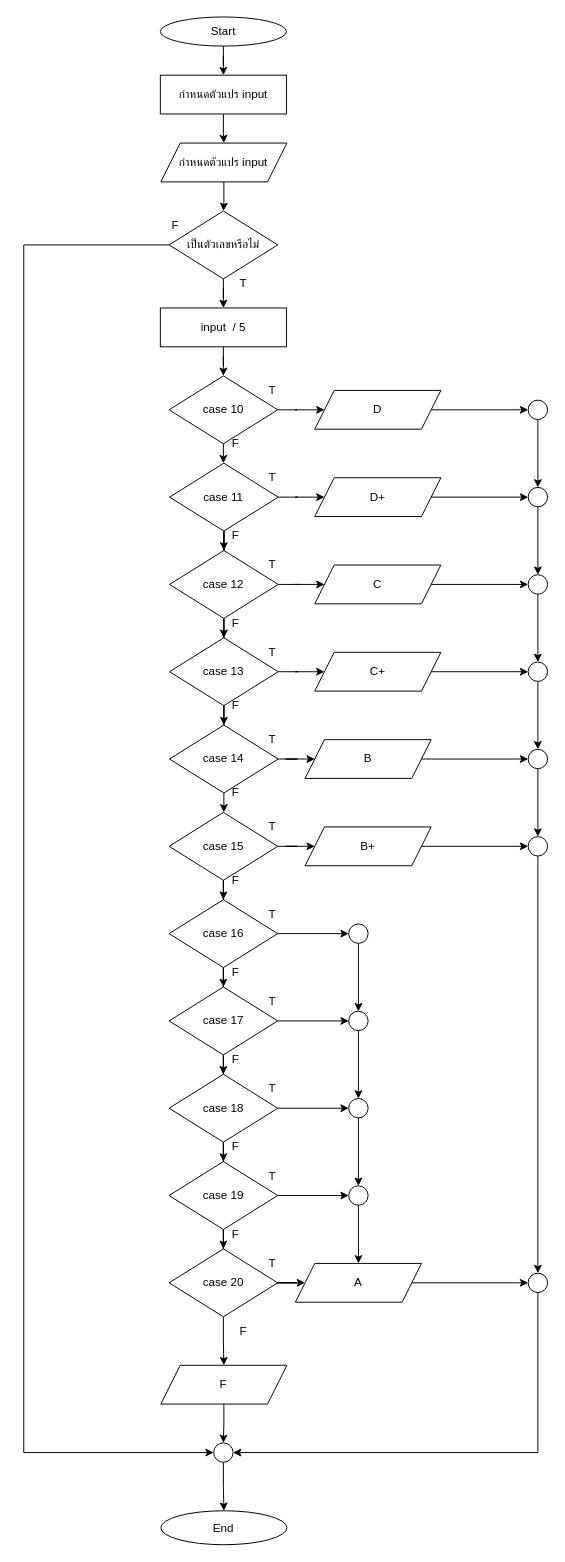
The draw.io diagram HW/HW05/hw05-10/hw05-10.drawio in aphiwat-window/ENGCE117, before the edit. Source tidied: cells renumbered, new cells numbered last; positions are measured from the earlier drawing's top-left corner, leaving out a move shared by most shapes. Both pictures are drawn from the tidied source at 97%, with x=0, y=0 at pixel (23, 16).
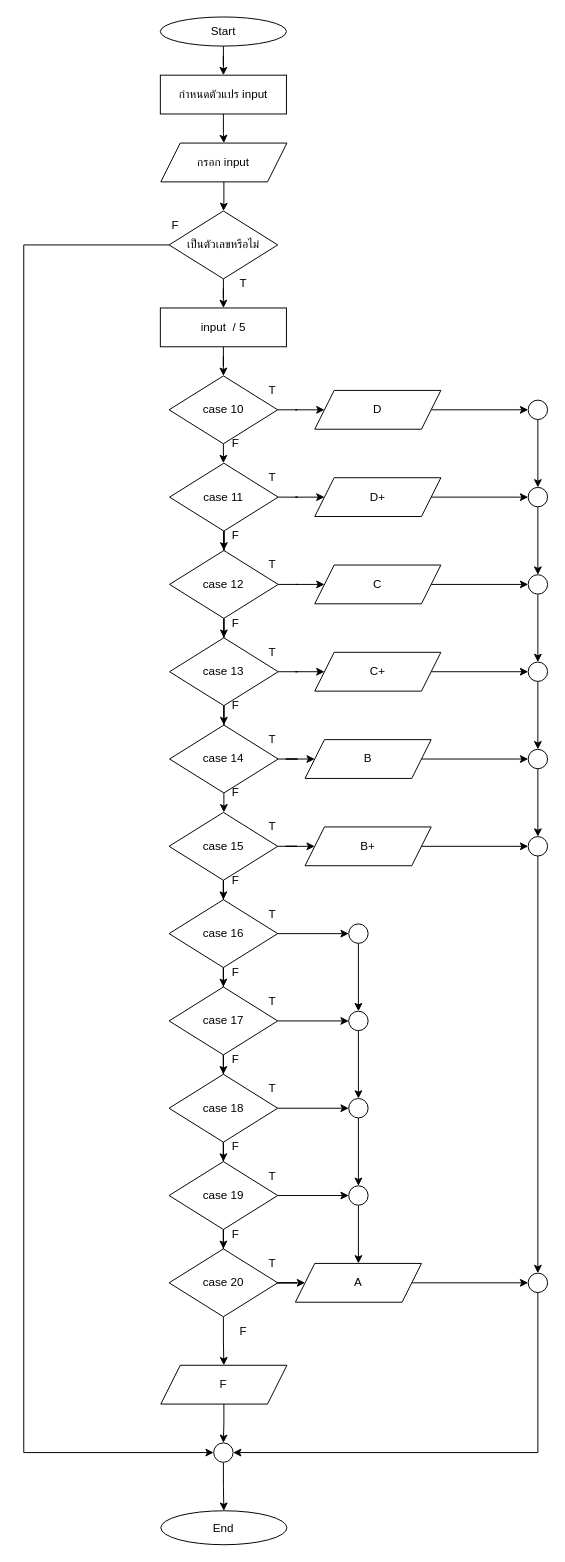
After the change.

Diff of the diagram source:
```diff
@@
-    <mxCell id="7" value="กำหนดตัวแปร input" style="shape=parallelogram;perimeter=parallelogramPerimeter;whiteSpace=wrap;html=1;fixedSize=1;" parent="1" vertex="1">
+    <mxCell id="7" value="กรอก input" style="shape=parallelogram;perimeter=parallelogramPerimeter;whiteSpace=wrap;html=1;fixedSize=1;" parent="1" vertex="1">
       <mxGeometry x="141.3" y="130" width="130" height="40" as="geometry" />
     </mxCell>
```
